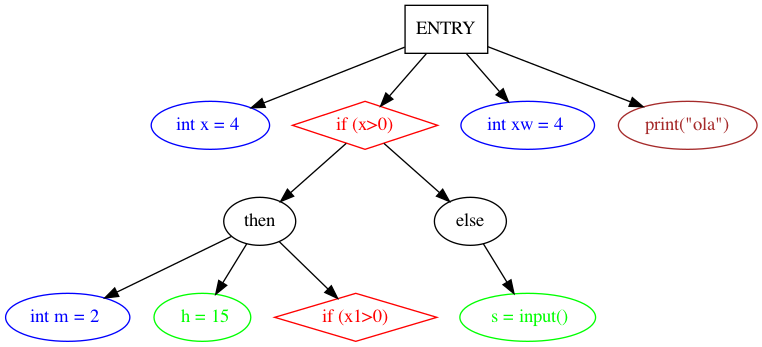
The Graphviz diagram TP3/doctest-output/sdg.gv.png in saracqueiros/EG22, before a commit. Its source is kept beside it as TP3/doctest-output/sdg.gv. The source it was exported from:
```dot
digraph sdg {
	graph [rankdir=TB]
	ENTRY [shape=box]
	"int x = 4 " [color=blue fontcolor=blue]
	ENTRY -> "int x = 4 "
	"if (x>0)" [color=red fontcolor=red shape=diamond]
	ENTRY -> "if (x>0)"
	"if (x>0)" -> then
	"int m = 2 " [color=blue fontcolor=blue]
	then -> "int m = 2 "
	" h = 15" [color=green fontcolor=green]
	then -> " h = 15"
	"if (x1>0)" [color=red fontcolor=red shape=diamond]
	then -> "if (x1>0)"
	else
	"if (x>0)" -> else
	" s = input()" [color=green fontcolor=green]
	else -> " s = input()"
	"int xw = 4 " [color=blue fontcolor=blue]
	ENTRY -> "int xw = 4 "
	"print(\"ola\")" [color=brown fontcolor=brown]
	ENTRY -> "print(\"ola\")"
}
```
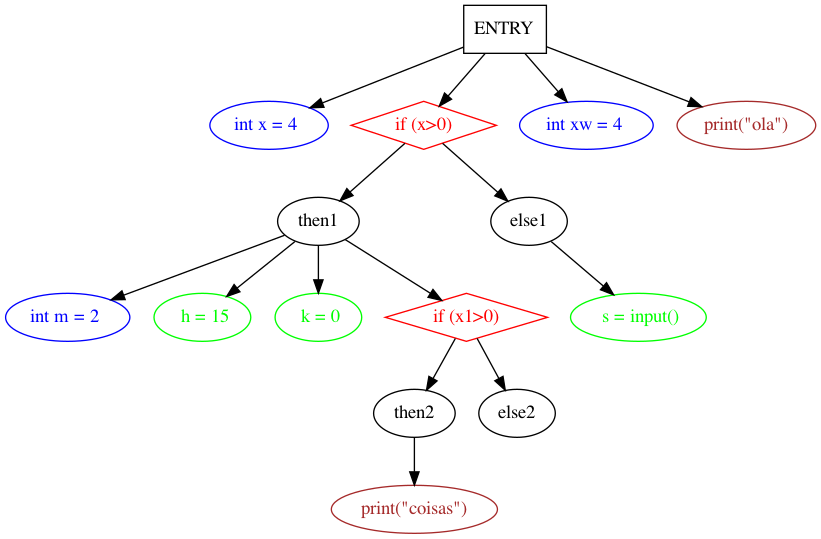
After the commit.

Diff of the diagram source:
```diff
@@ -5,17 +5,24 @@
 	ENTRY -> "int x = 4 "
 	"if (x>0)" [color=red fontcolor=red shape=diamond]
 	ENTRY -> "if (x>0)"
-	"if (x>0)" -> then
+	"if (x>0)" -> then1
 	"int m = 2 " [color=blue fontcolor=blue]
-	then -> "int m = 2 "
+	then1 -> "int m = 2 "
 	" h = 15" [color=green fontcolor=green]
-	then -> " h = 15"
+	then1 -> " h = 15"
+	" k = 0" [color=green fontcolor=green]
+	then1 -> " k = 0"
 	"if (x1>0)" [color=red fontcolor=red shape=diamond]
-	then -> "if (x1>0)"
-	else
-	"if (x>0)" -> else
+	then1 -> "if (x1>0)"
+	"if (x1>0)" -> then2
+	"print(\"coisas\")" [color=brown fontcolor=brown]
+	then2 -> "print(\"coisas\")"
+	else2
+	"if (x1>0)" -> else2
+	else1
+	"if (x>0)" -> else1
 	" s = input()" [color=green fontcolor=green]
-	else -> " s = input()"
+	else1 -> " s = input()"
 	"int xw = 4 " [color=blue fontcolor=blue]
 	ENTRY -> "int xw = 4 "
 	"print(\"ola\")" [color=brown fontcolor=brown]
```
